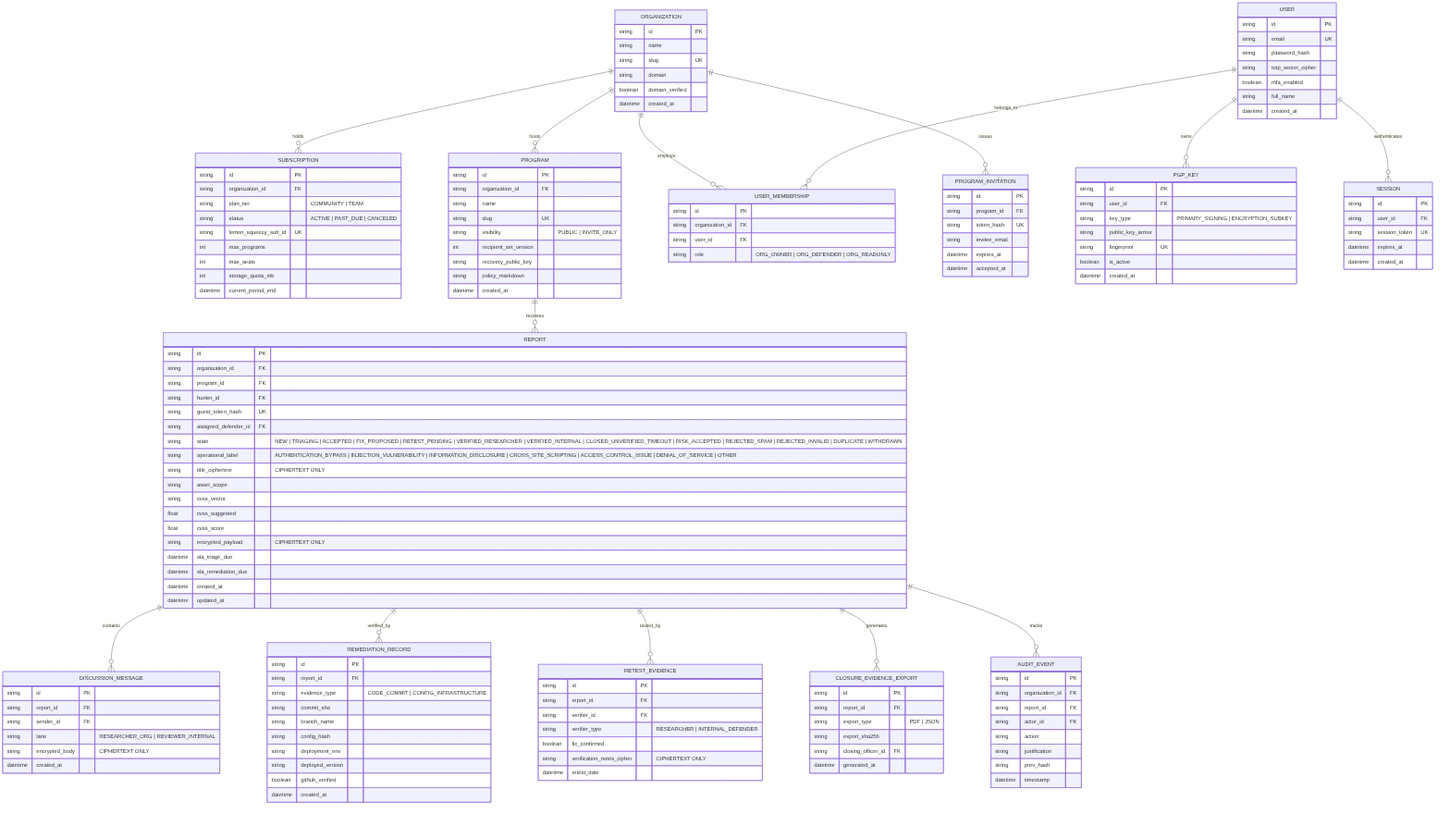
Earlier version of the Mermaid export requirements/diagrams/fig4_6_erd.png (Taha-Asad/BugBountyTracker). Its source is kept beside it as requirements/diagrams/fig4_6_erd.mmd.
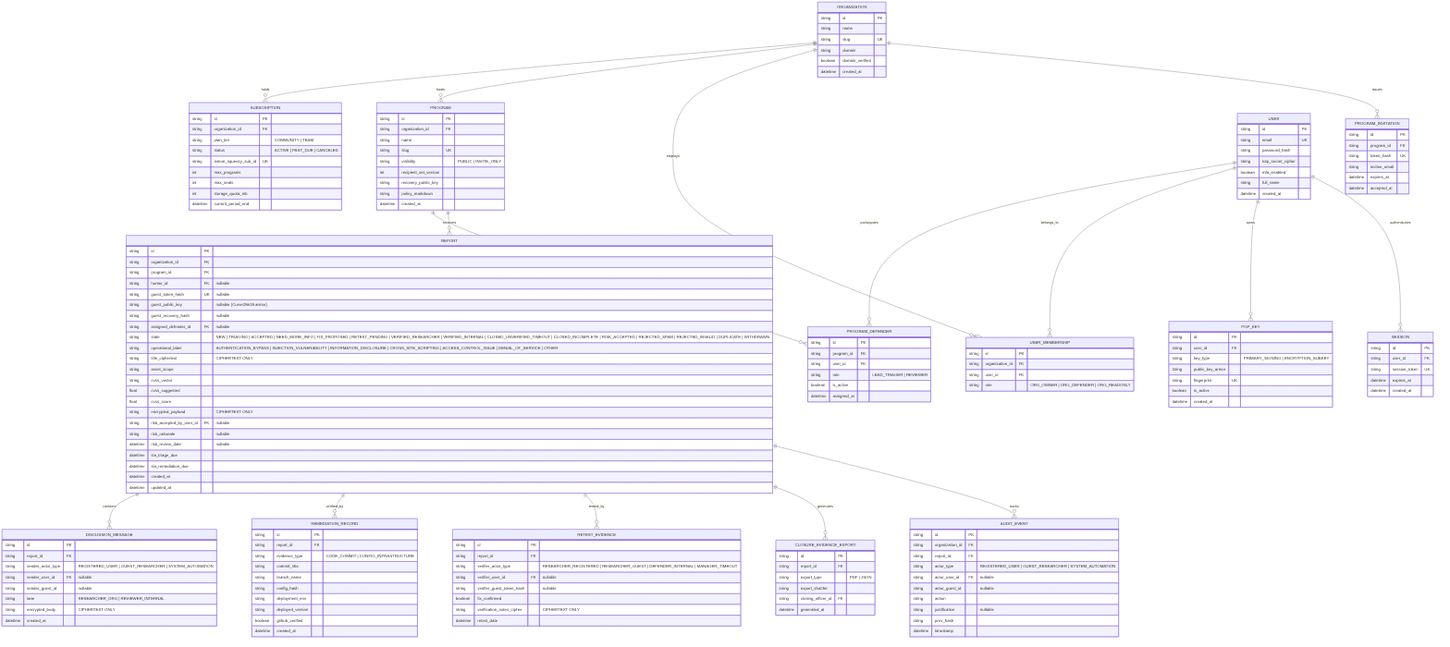
Above is the later version.

Change to the diagram source:
```diff
@@ -3,6 +3,8 @@
     ORGANIZATION ||--o{ PROGRAM : hosts
     ORGANIZATION ||--o{ USER_MEMBERSHIP : employs
     ORGANIZATION ||--o{ PROGRAM_INVITATION : issues
+    PROGRAM ||--o{ PROGRAM_DEFENDER : assigns
+    USER ||--o{ PROGRAM_DEFENDER : participates
     USER ||--o{ USER_MEMBERSHIP : belongs_to
     USER ||--o{ PGP_KEY : owns
     USER ||--o{ SESSION : authenticates
@@ -44,6 +46,15 @@
         string recovery_public_key
         string policy_markdown
         datetime created_at
+    }
+
+    PROGRAM_DEFENDER {
+        string id PK
+        string program_id FK
+        string user_id FK
+        string role "LEAD_TRIAGER | REVIEWER"
+        boolean is_active
+        datetime assigned_at
     }
 
     PROGRAM_INVITATION {
@@ -94,10 +105,12 @@
         string id PK
         string organization_id FK
         string program_id FK
-        string hunter_id FK
-        string guest_token_hash UK
-        string assigned_defender_id FK
-        string state "NEW | TRIAGING | ACCEPTED | FIX_PROPOSED | RETEST_PENDING | VERIFIED_RESEARCHER | VERIFIED_INTERNAL | CLOSED_UNVERIFIED_TIMEOUT | RISK_ACCEPTED | REJECTED_SPAM | REJECTED_INVALID | DUPLICATE | WITHDRAWN"
+        string hunter_id FK "nullable"
+        string guest_token_hash UK "nullable"
+        string guest_public_key "nullable (Curve25519 armor)"
+        string guest_recovery_hash "nullable"
+        string assigned_defender_id FK "nullable"
+        string state "NEW | TRIAGING | ACCEPTED | NEED_MORE_INFO | FIX_PROPOSED | RETEST_PENDING | VERIFIED_RESEARCHER | VERIFIED_INTERNAL | CLOSED_UNVERIFIED_TIMEOUT | CLOSED_INCOMPLETE | RISK_ACCEPTED | REJECTED_SPAM | REJECTED_INVALID | DUPLICATE | WITHDRAWN"
         string operational_label "AUTHENTICATION_BYPASS | INJECTION_VULNERABILITY | INFORMATION_DISCLOSURE | CROSS_SITE_SCRIPTING | ACCESS_CONTROL_ISSUE | DENIAL_OF_SERVICE | OTHER"
         string title_ciphertext "CIPHERTEXT ONLY"
         string asset_scope
@@ -105,6 +118,9 @@
         float cvss_suggested
         float cvss_score
         string encrypted_payload "CIPHERTEXT ONLY"
+        string risk_accepted_by_user_id FK "nullable"
+        string risk_rationale "nullable"
+        datetime risk_review_date "nullable"
         datetime sla_triage_due
         datetime sla_remediation_due
         datetime created_at
@@ -114,7 +130,9 @@
     DISCUSSION_MESSAGE {
         string id PK
         string report_id FK
-        string sender_id FK
+        string sender_actor_type "REGISTERED_USER | GUEST_RESEARCHER | SYSTEM_AUTOMATION"
+        string sender_user_id FK "nullable"
+        string sender_guest_id "nullable"
         string lane "RESEARCHER_ORG | REVIEWER_INTERNAL"
         string encrypted_body "CIPHERTEXT ONLY"
         datetime created_at
@@ -136,8 +154,9 @@
     RETEST_EVIDENCE {
         string id PK
         string report_id FK
-        string verifier_id FK
-        string verifier_type "RESEARCHER | INTERNAL_DEFENDER"
+        string verifier_actor_type "RESEARCHER_REGISTERED | RESEARCHER_GUEST | DEFENDER_INTERNAL | MANAGER_TIMEOUT"
+        string verifier_user_id FK "nullable"
+        string verifier_guest_token_hash "nullable"
         boolean fix_confirmed
         string verification_notes_cipher "CIPHERTEXT ONLY"
         datetime retest_date
@@ -156,9 +175,11 @@
         string id PK
         string organization_id FK
         string report_id FK
-        string actor_id FK
+        string actor_type "REGISTERED_USER | GUEST_RESEARCHER | SYSTEM_AUTOMATION"
+        string actor_user_id FK "nullable"
+        string actor_guest_id "nullable"
         string action
-        string justification
+        string justification "nullable"
         string prev_hash
         datetime timestamp
     }
```
